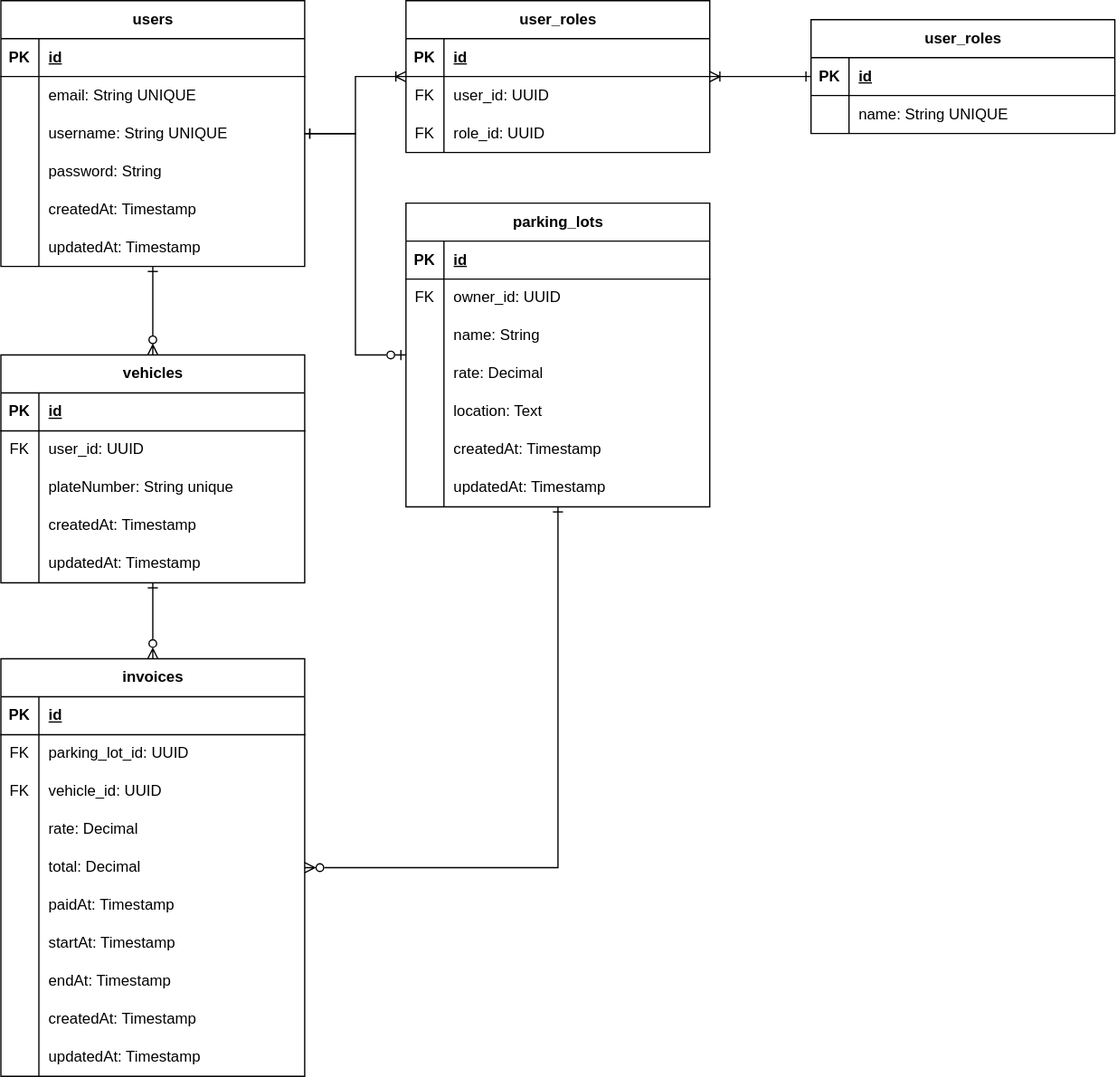
The draw.io diagram docs/erd.svg in chatchatabc/parking-backend-spring, before a commit. Source tidied: cells renumbered, new cells last; positions are measured from the earlier drawing's top-left corner, leaving out a move shared by most shapes.
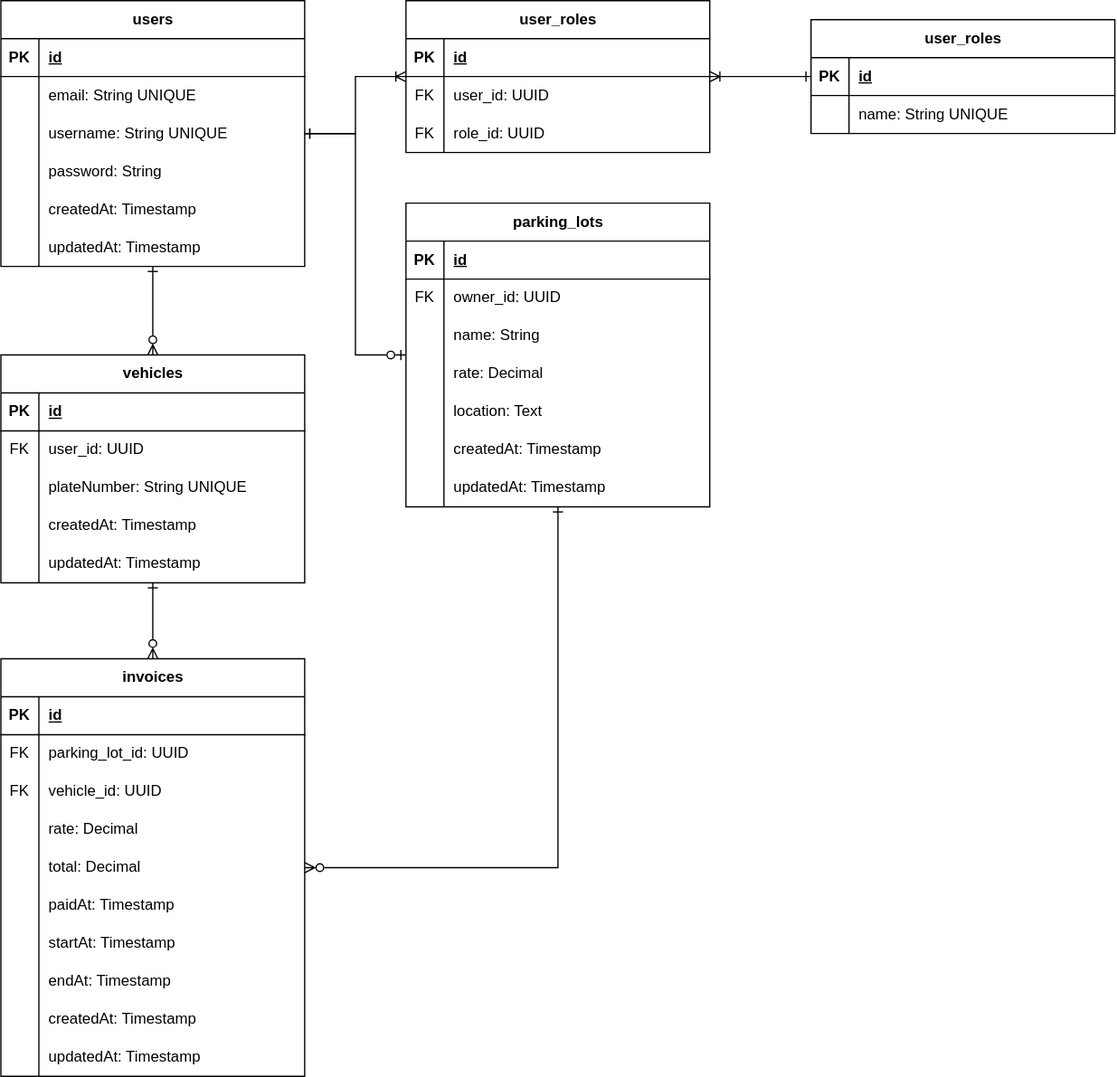
The same file after the commit.

Change to the diagram source:
```diff
@@ -318,7 +318,7 @@
     <mxCell id="105" style="shape=partialRectangle;fillColor=none;top=0;left=0;bottom=0;right=0;overflow=hidden;whiteSpace=wrap;html=1;" parent="104" vertex="1">
       <mxGeometry width="30" height="30" as="geometry" />
     </mxCell>
-    <mxCell id="106" value="plateNumber: String unique" style="shape=partialRectangle;fillColor=none;top=0;left=0;bottom=0;right=0;align=left;spacingLeft=6;overflow=hidden;whiteSpace=wrap;html=1;" parent="104" vertex="1">
+    <mxCell id="106" value="plateNumber: String UNIQUE" style="shape=partialRectangle;fillColor=none;top=0;left=0;bottom=0;right=0;align=left;spacingLeft=6;overflow=hidden;whiteSpace=wrap;html=1;" parent="104" vertex="1">
       <mxGeometry x="30" width="210" height="30" as="geometry" />
     </mxCell>
     <mxCell id="107" style="shape=tableRow;horizontal=0;startSize=0;swimlaneHead=0;swimlaneBody=0;fillColor=none;top=0;left=0;right=0;bottom=0;" parent="97" vertex="1">
```
